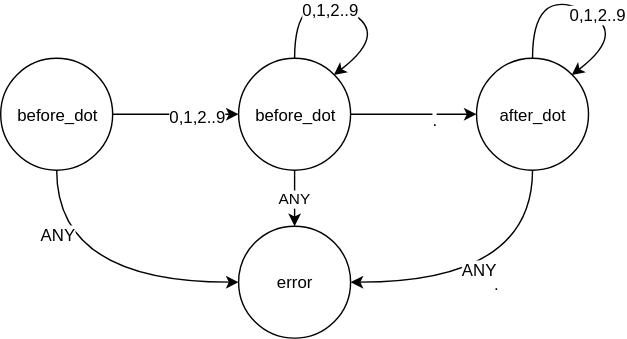
Earlier version of the draw.io export doc/float.svg (paulsonkoly/mealy). Source tidied: cells renumbered, new cells last; positions are measured from the earlier drawing's top-left corner, leaving out a move shared by most shapes. Source of this version:
```xml
<mxGraphModel background="#ffffff">
  <root>
    <mxCell id="0" />
    <mxCell id="1" parent="0" />
    <mxCell id="2" value="before_dot" style="ellipse;whiteSpace=wrap;html=1;" parent="1" vertex="1">
      <mxGeometry x="170" y="50" width="80" height="80" as="geometry" />
    </mxCell>
    <mxCell id="3" style="curved=1;endArrow=classic;html=1;exitX=0.5;exitY=0;entryX=1;entryY=0;" parent="1" edge="1" source="2" target="2">
      <mxGeometry relative="1" as="geometry">
        <Array as="points">
          <mxPoint x="210" />
          <mxPoint x="280" y="30" />
        </Array>
      </mxGeometry>
    </mxCell>
    <mxCell id="4" value="0,1,2..9" style="text;html=1;align=center;verticalAlign=middle;labelBackgroundColor=#ffffff;" parent="3" vertex="1">
      <mxGeometry x="-0.6" y="-25" relative="1" as="geometry" />
    </mxCell>
    <mxCell id="5" value="after_dot" style="ellipse;whiteSpace=wrap;html=1;" parent="1" vertex="1">
      <mxGeometry x="340" y="50" width="80" height="80" as="geometry" />
    </mxCell>
    <mxCell id="6" style="curved=1;endArrow=classic;html=1;exitX=0.5;exitY=0;entryX=1;entryY=0;" parent="1" edge="1" source="5" target="5">
      <mxGeometry relative="1" as="geometry">
        <Array as="points">
          <mxPoint x="380" />
          <mxPoint x="450" y="30" />
        </Array>
      </mxGeometry>
    </mxCell>
    <mxCell id="7" value="0,1,2..9" style="text;html=1;align=center;verticalAlign=middle;labelBackgroundColor=#ffffff;" parent="6" vertex="1">
      <mxGeometry x="0.11" y="1" relative="1" as="geometry" />
    </mxCell>
    <mxCell id="8" style="endArrow=classic;html=1;entryX=0;entryY=0.5;exitX=1;exitY=0.5;" parent="1" edge="1" source="2" target="5">
      <mxGeometry relative="1" as="geometry" />
    </mxCell>
    <mxCell id="9" value="&lt;div&gt;.&lt;/div&gt;" style="text;html=1;align=center;verticalAlign=middle;labelBackgroundColor=#ffffff;" parent="8" vertex="1">
      <mxGeometry x="0.33" y="-3" relative="1" as="geometry" />
    </mxCell>
    <mxCell id="10" value="before_dot" style="ellipse;whiteSpace=wrap;html=1;" parent="1" vertex="1">
      <mxGeometry y="50" width="80" height="80" as="geometry" />
    </mxCell>
    <mxCell id="11" style="endArrow=classic;html=1;entryX=0;entryY=0.5;exitX=1;exitY=0.5;" parent="1" edge="1" source="10" target="2">
      <mxGeometry relative="1" as="geometry" />
    </mxCell>
    <mxCell id="12" value="0,1,2..9" style="text;html=1;align=center;verticalAlign=middle;labelBackgroundColor=#ffffff;" parent="11" vertex="1">
      <mxGeometry x="0.33" y="-1" relative="1" as="geometry" />
    </mxCell>
    <mxCell id="13" value="error" style="ellipse;whiteSpace=wrap;html=1;" parent="1" vertex="1">
      <mxGeometry x="170" y="170" width="80" height="80" as="geometry" />
    </mxCell>
    <mxCell id="14" style="curved=1;endArrow=classic;html=1;entryX=0;entryY=0.5;exitX=0.5;exitY=1;" parent="1" edge="1" source="10" target="13">
      <mxGeometry relative="1" as="geometry">
        <Array as="points">
          <mxPoint x="40" y="210" />
        </Array>
      </mxGeometry>
    </mxCell>
    <mxCell id="15" value="ANY" style="text;html=1;align=center;verticalAlign=middle;labelBackgroundColor=#ffffff;" parent="14" vertex="1">
      <mxGeometry x="-0.23" y="35" relative="1" as="geometry" />
    </mxCell>
    <mxCell id="16" style="curved=1;endArrow=classic;html=1;entryX=1;entryY=0.5;exitX=0.5;exitY=1;" parent="1" edge="1" source="5" target="13">
      <mxGeometry relative="1" as="geometry">
        <Array as="points">
          <mxPoint x="380" y="210" />
        </Array>
      </mxGeometry>
    </mxCell>
    <mxCell id="17" value="." style="text;html=1;align=center;verticalAlign=middle;labelBackgroundColor=#ffffff;" parent="16" vertex="1">
      <mxGeometry x="0.01" relative="1" as="geometry" />
    </mxCell>
    <mxCell id="18" value="ANY" style="text;html=1;align=center;verticalAlign=middle;labelBackgroundColor=#ffffff;" parent="16" vertex="1">
      <mxGeometry x="0.12" y="-9" relative="1" as="geometry">
        <mxPoint y="-1" as="offset" />
      </mxGeometry>
    </mxCell>
    <mxCell id="19" value="ANY" style="endArrow=classic;html=1;entryX=0.5;entryY=0;exitX=0.5;exitY=1;" parent="1" edge="1" source="2" target="13">
      <mxGeometry relative="1" as="geometry" />
    </mxCell>
  </root>
</mxGraphModel>
```
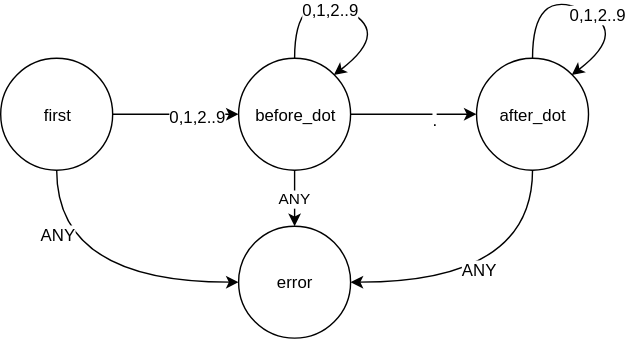
After the commit.

What changed in the source:
```diff
@@ -36,7 +36,7 @@
     <mxCell id="9" value="&lt;div&gt;.&lt;/div&gt;" style="text;html=1;align=center;verticalAlign=middle;labelBackgroundColor=#ffffff;" parent="8" vertex="1">
       <mxGeometry x="0.33" y="-3" relative="1" as="geometry" />
     </mxCell>
-    <mxCell id="10" value="before_dot" style="ellipse;whiteSpace=wrap;html=1;" parent="1" vertex="1">
+    <mxCell id="10" value="first" style="ellipse;whiteSpace=wrap;html=1;" parent="1" vertex="1">
       <mxGeometry y="50" width="80" height="80" as="geometry" />
     </mxCell>
     <mxCell id="11" style="endArrow=classic;html=1;entryX=0;entryY=0.5;exitX=1;exitY=0.5;" parent="1" edge="1" source="10" target="2">
@@ -65,9 +65,6 @@
         </Array>
       </mxGeometry>
     </mxCell>
-    <mxCell id="17" value="." style="text;html=1;align=center;verticalAlign=middle;labelBackgroundColor=#ffffff;" parent="16" vertex="1">
-      <mxGeometry x="0.01" relative="1" as="geometry" />
-    </mxCell>
     <mxCell id="18" value="ANY" style="text;html=1;align=center;verticalAlign=middle;labelBackgroundColor=#ffffff;" parent="16" vertex="1">
       <mxGeometry x="0.12" y="-9" relative="1" as="geometry">
         <mxPoint y="-1" as="offset" />
```
